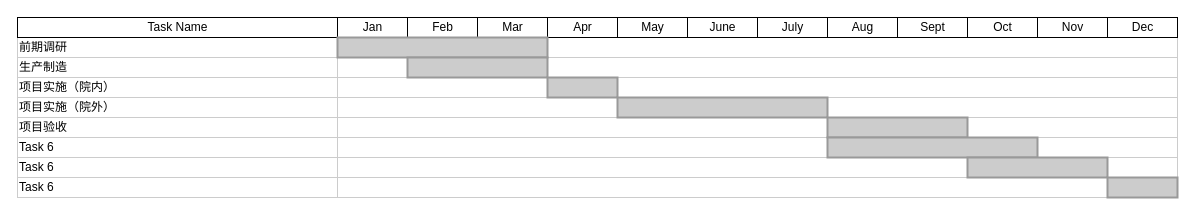
The draw.io diagram 江苏项目甘特图.drawio in captain188/draw.io, before the edit. Source tidied: cells renumbered, new cells numbered last; positions are measured from the earlier drawing's top-left corner, leaving out a move shared by most shapes. Both pictures are drawn from the tidied source at 100%, with x=0, y=0 at pixel (17, 17).
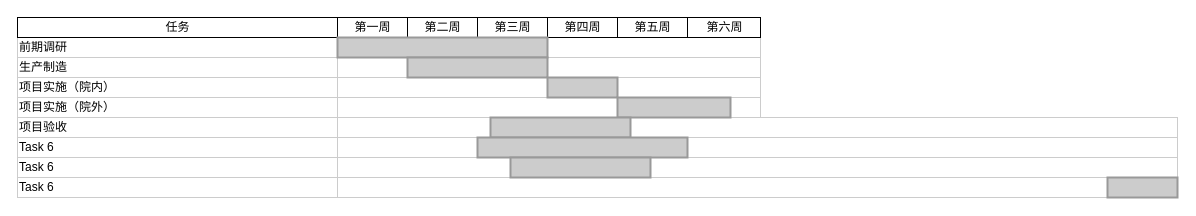
The same page after the edit.

Commit message:
更新江苏项目甘特图.drawio

Change to the diagram source:
```diff
@@
-    <mxCell id="8" value="Task Name" style="strokeWidth=1;fontStyle=0;html=1;" parent="1" vertex="1">
+    <mxCell id="8" value="任务" style="strokeWidth=1;fontStyle=0;html=1;" parent="1" vertex="1">
       <mxGeometry width="320" height="20" as="geometry" />
     </mxCell>
@@
     <mxCell id="11" style="align=left;strokeColor=#CCCCCC;html=1;" parent="1" vertex="1">
-      <mxGeometry x="320" y="20" width="840" height="20" as="geometry" />
+      <mxGeometry x="320" y="20" width="423" height="20" as="geometry" />
     </mxCell>
-    <mxCell id="12" value="Jan" style="strokeWidth=1;fontStyle=0;html=1;" parent="1" vertex="1">
+    <mxCell id="12" value="第一周" style="strokeWidth=1;fontStyle=0;html=1;" parent="1" vertex="1">
       <mxGeometry x="320" width="70" height="20" as="geometry" />
     </mxCell>
-    <mxCell id="13" value="Feb" style="strokeWidth=1;fontStyle=0;html=1;" parent="1" vertex="1">
+    <mxCell id="13" value="第二周" style="strokeWidth=1;fontStyle=0;html=1;" parent="1" vertex="1">
       <mxGeometry x="390" width="70" height="20" as="geometry" />
     </mxCell>
-    <mxCell id="14" value="Mar" style="strokeWidth=1;fontStyle=0;html=1;" parent="1" vertex="1">
+    <mxCell id="14" value="第三周" style="strokeWidth=1;fontStyle=0;html=1;" parent="1" vertex="1">
       <mxGeometry x="460" width="70" height="20" as="geometry" />
     </mxCell>
-    <mxCell id="15" value="Apr" style="strokeWidth=1;fontStyle=0;html=1;" parent="1" vertex="1">
+    <mxCell id="15" value="第四周" style="strokeWidth=1;fontStyle=0;html=1;" parent="1" vertex="1">
       <mxGeometry x="530" width="70" height="20" as="geometry" />
     </mxCell>
-    <mxCell id="16" value="May" style="strokeWidth=1;fontStyle=0;html=1;" parent="1" vertex="1">
+    <mxCell id="16" value="第五周" style="strokeWidth=1;fontStyle=0;html=1;" parent="1" vertex="1">
       <mxGeometry x="600" width="70" height="20" as="geometry" />
     </mxCell>
-    <mxCell id="17" value="June" style="strokeWidth=1;fontStyle=0;html=1;" parent="1" vertex="1">
-      <mxGeometry x="670" width="70" height="20" as="geometry" />
+    <mxCell id="17" value="第六周" style="strokeWidth=1;fontStyle=0;html=1;" parent="1" vertex="1">
+      <mxGeometry x="670" width="73" height="20" as="geometry" />
     </mxCell>
-    <mxCell id="18" value="July" style="strokeWidth=1;fontStyle=0;html=1;" parent="1" vertex="1">
-      <mxGeometry x="740" width="70" height="20" as="geometry" />
-    </mxCell>
-    <mxCell id="19" value="Aug" style="strokeWidth=1;fontStyle=0;html=1;" parent="1" vertex="1">
-      <mxGeometry x="810" width="70" height="20" as="geometry" />
-    </mxCell>
-    <mxCell id="20" value="Sept" style="strokeWidth=1;fontStyle=0;html=1;" parent="1" vertex="1">
-      <mxGeometry x="880" width="70" height="20" as="geometry" />
-    </mxCell>
-    <mxCell id="21" value="Oct" style="strokeWidth=1;fontStyle=0;html=1;" parent="1" vertex="1">
-      <mxGeometry x="950" width="70" height="20" as="geometry" />
-    </mxCell>
-    <mxCell id="22" value="Nov" style="strokeWidth=1;fontStyle=0;html=1;" parent="1" vertex="1">
-      <mxGeometry x="1020" width="70" height="20" as="geometry" />
-    </mxCell>
-    <mxCell id="23" value="Dec" style="strokeWidth=1;fontStyle=0;html=1;" parent="1" vertex="1">
-      <mxGeometry x="1090" width="70" height="20" as="geometry" />
-    </mxCell>
     <mxCell id="24" style="align=left;strokeColor=#CCCCCC;html=1;" parent="1" vertex="1">
-      <mxGeometry x="320" y="40" width="840" height="20" as="geometry" />
+      <mxGeometry x="320" y="40" width="423" height="20" as="geometry" />
     </mxCell>
     <mxCell id="25" style="align=left;strokeColor=#CCCCCC;html=1;" parent="1" vertex="1">
-      <mxGeometry x="320" y="60" width="840" height="20" as="geometry" />
+      <mxGeometry x="320" y="60" width="423" height="20" as="geometry" />
     </mxCell>
     <mxCell id="26" style="align=left;strokeColor=#CCCCCC;html=1;" parent="1" vertex="1">
-      <mxGeometry x="320" y="80" width="840" height="20" as="geometry" />
+      <mxGeometry x="320" y="80" width="423" height="20" as="geometry" />
     </mxCell>
@@
     <mxCell id="34" style="whiteSpace=wrap;html=1;strokeWidth=2;fillColor=#CCCCCC;gradientColor=none;fontSize=14;align=center;strokeColor=#999999;" parent="1" vertex="1">
-      <mxGeometry x="600" y="80" width="210" height="20" as="geometry" />
+      <mxGeometry x="600" y="80" width="113" height="20" as="geometry" />
     </mxCell>
     <mxCell id="35" style="whiteSpace=wrap;html=1;strokeWidth=2;fillColor=#CCCCCC;gradientColor=none;fontSize=14;align=center;strokeColor=#999999;" parent="1" vertex="1">
-      <mxGeometry x="810" y="100" width="140" height="20" as="geometry" />
+      <mxGeometry x="473" y="100" width="140" height="20" as="geometry" />
     </mxCell>
     <mxCell id="36" style="whiteSpace=wrap;html=1;strokeWidth=2;fillColor=#CCCCCC;gradientColor=none;fontSize=14;align=center;strokeColor=#999999;" parent="1" vertex="1">
-      <mxGeometry x="810" y="120" width="210" height="20" as="geometry" />
+      <mxGeometry x="460" y="120" width="210" height="20" as="geometry" />
     </mxCell>
     <mxCell id="37" style="whiteSpace=wrap;html=1;strokeWidth=2;fillColor=#CCCCCC;gradientColor=none;fontSize=14;align=center;strokeColor=#999999;" parent="1" vertex="1">
-      <mxGeometry x="950" y="140" width="140" height="20" as="geometry" />
+      <mxGeometry x="493" y="140" width="140" height="20" as="geometry" />
     </mxCell>
```
